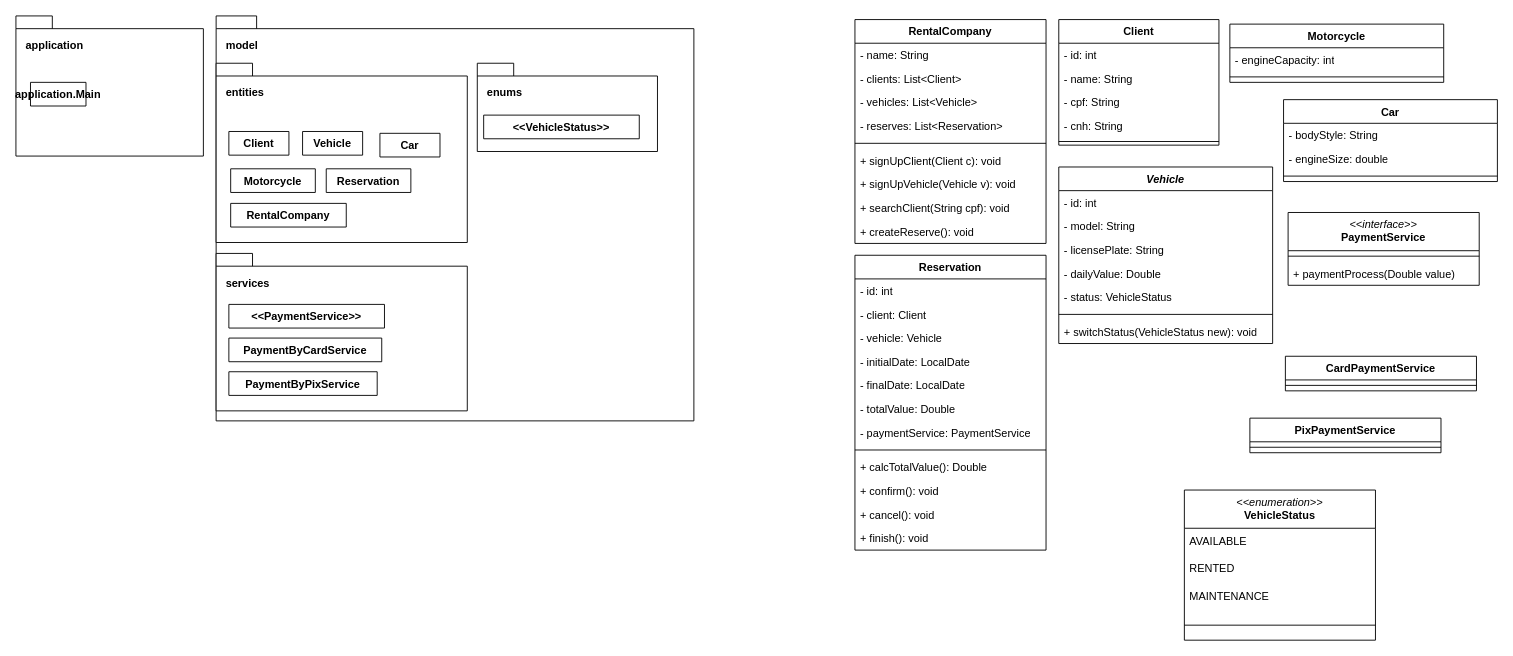
This is AtvPOO_RentCars.drawio from bispothearch/rentalCompany-UNIFAN2025.2, a draw.io file, before an edit. Source tidied: cells renumbered, new cells numbered last; positions are measured from the earlier drawing's top-left corner, leaving out a move shared by most shapes. Both pictures are drawn from the tidied source at 91%, with x=0, y=0 at pixel (15, 15).
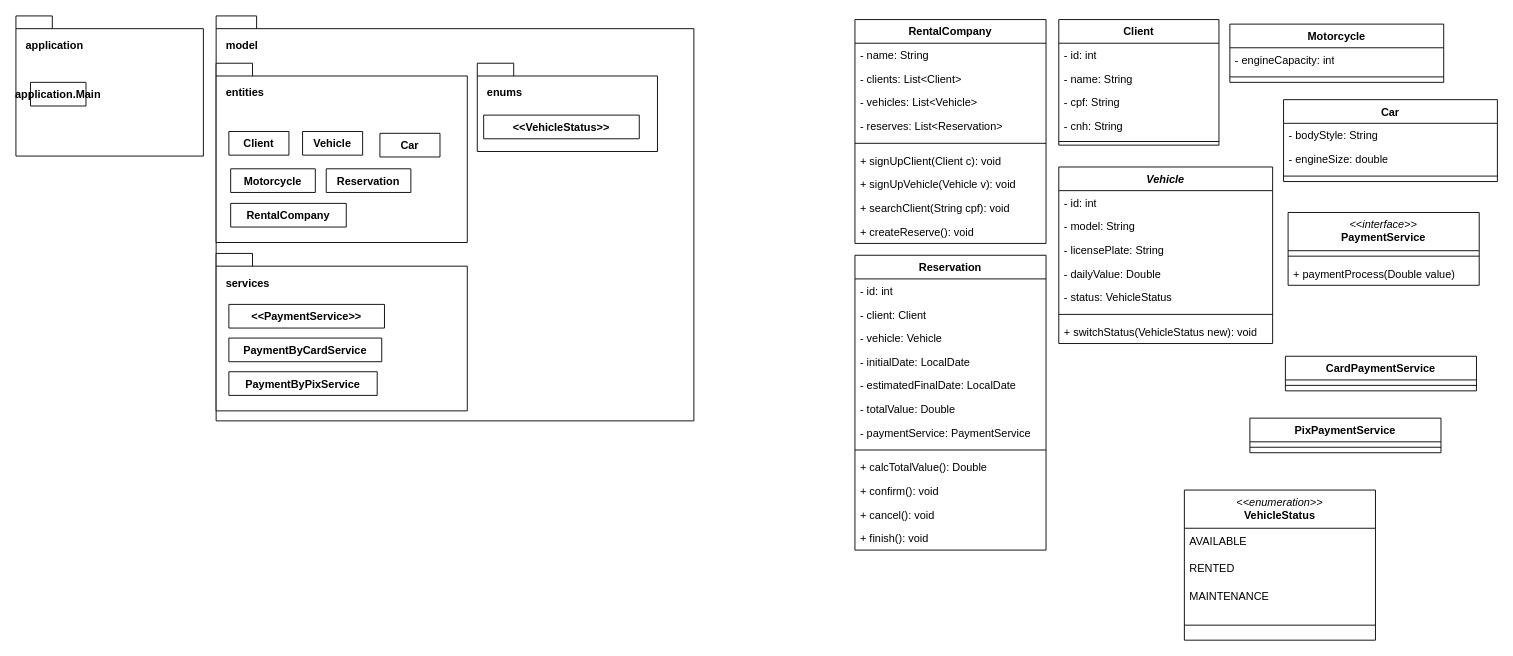
The same diagram, later.

The change refers to these unchanged cells:
```xml
<mxCell id="54" value="Reservation" style="swimlane;fontStyle=1;align=center;verticalAlign=top;horizontal=1;startSize=26;whiteSpace=wrap;html=1;" parent="1" vertex="1">
  <mxGeometry x="922" y="263" width="210" height="324" as="geometry" />
</mxCell>
```

Change to the diagram source:
```diff
@@
-    <mxCell id="59" value="- finalDate: LocalDate" style="text;strokeColor=none;fillColor=none;align=left;verticalAlign=top;spacingLeft=4;spacingRight=4;overflow=hidden;whiteSpace=wrap;html=1;" parent="54" vertex="1">
+    <mxCell id="59" value="- estimatedFinalDate: LocalDate" style="text;strokeColor=none;fillColor=none;align=left;verticalAlign=top;spacingLeft=4;spacingRight=4;overflow=hidden;whiteSpace=wrap;html=1;" parent="54" vertex="1">
       <mxGeometry y="130" width="210" height="26" as="geometry" />
     </mxCell>
```
